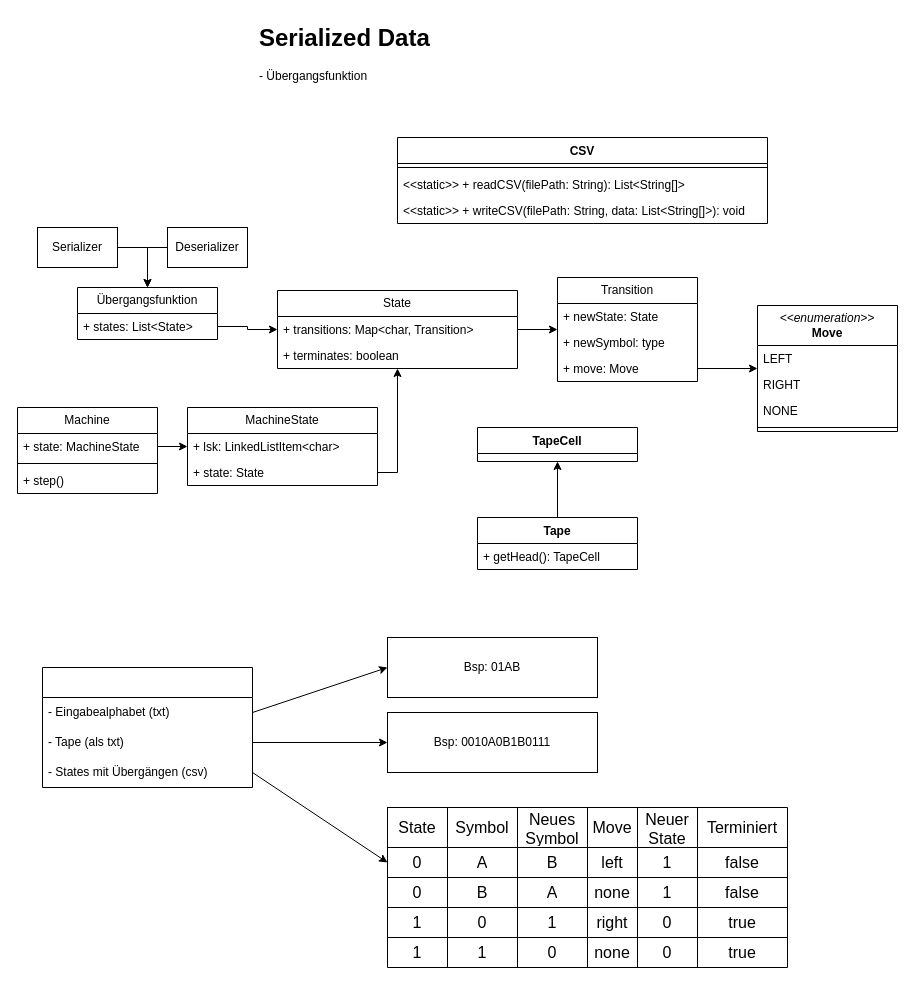
This is diagramm.drawio from Placeblock/turing-sim, a draw.io file, before an edit. Source tidied: cells renumbered, new cells numbered last; positions are measured from the earlier drawing's top-left corner, leaving out a move shared by most shapes. Both pictures are drawn from the tidied source at 100%, with x=0, y=0 at pixel (17, 17).
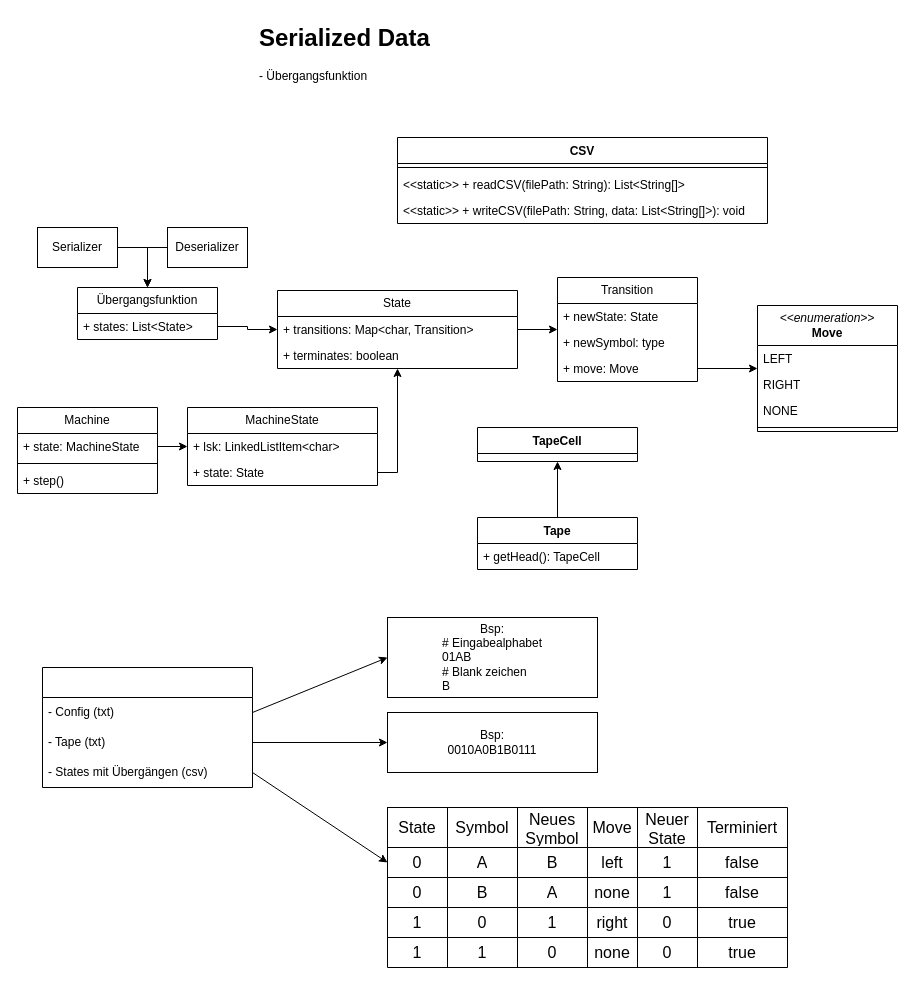
The same diagram, later.

Unchanged cells that the change refers to:
```xml
<mxCell id="42" value="&lt;span style=&quot;text-align: left;&quot;&gt;&lt;font style=&quot;color: light-dark(rgb(255, 255, 255), rgb(255, 255, 255));&quot;&gt;Was mus alles gespeichert werden?&lt;/font&gt;&lt;/span&gt;" style="swimlane;fontStyle=0;horizontal=1;startSize=30;whiteSpace=wrap;html=1;strokeColor=light-dark(#000000,#FFFFFF);" parent="1" vertex="1">
  <mxGeometry x="25" y="650" width="210" height="120" as="geometry" />
</mxCell>
```

Change to the diagram source:
```diff
@@
-    <mxCell id="41" value="&lt;div&gt;&lt;font style=&quot;color: light-dark(rgb(0, 0, 0), rgb(255, 255, 255));&quot;&gt;Bsp: 01AB&lt;/font&gt;&lt;/div&gt;" style="rounded=0;whiteSpace=wrap;html=1;" parent="1" vertex="1">
-      <mxGeometry x="370" y="620" width="210" height="60" as="geometry" />
+    <mxCell id="41" value="&lt;div&gt;&lt;font style=&quot;color: light-dark(rgb(0, 0, 0), rgb(255, 255, 255));&quot;&gt;Bsp:&lt;/font&gt;&lt;/div&gt;&lt;div style=&quot;text-align: left;&quot;&gt;&lt;font style=&quot;color: light-dark(rgb(0, 0, 0), rgb(255, 255, 255));&quot;&gt;# Eingabealphabet&lt;/font&gt;&lt;/div&gt;&lt;div style=&quot;text-align: left;&quot;&gt;&lt;font style=&quot;color: light-dark(rgb(0, 0, 0), rgb(255, 255, 255));&quot;&gt;01AB&lt;/font&gt;&lt;/div&gt;&lt;div style=&quot;text-align: left;&quot;&gt;&lt;font style=&quot;color: light-dark(rgb(0, 0, 0), rgb(255, 255, 255));&quot;&gt;# Blank zeichen&lt;/font&gt;&lt;/div&gt;&lt;div style=&quot;text-align: left;&quot;&gt;&lt;font style=&quot;color: light-dark(rgb(0, 0, 0), rgb(255, 255, 255));&quot;&gt;B&lt;/font&gt;&lt;/div&gt;" style="rounded=0;whiteSpace=wrap;html=1;" parent="1" vertex="1">
+      <mxGeometry x="370" y="600" width="210" height="80" as="geometry" />
     </mxCell>
@@
-    <mxCell id="43" value="&lt;span style=&quot;&quot;&gt;&lt;font style=&quot;color: light-dark(rgb(0, 0, 0), rgb(255, 255, 255));&quot;&gt;- Eingabealphabet (txt)&lt;/font&gt;&lt;/span&gt;" style="text;strokeColor=none;fillColor=none;align=left;verticalAlign=middle;spacingLeft=4;spacingRight=4;overflow=hidden;points=[[0,0.5],[1,0.5]];portConstraint=eastwest;whiteSpace=wrap;html=1;fontColor=light-dark(#000000,#FFFFFF);" parent="42" vertex="1">
+    <mxCell id="43" value="&lt;span style=&quot;&quot;&gt;&lt;font style=&quot;color: light-dark(rgb(0, 0, 0), rgb(255, 255, 255));&quot;&gt;- Config (txt)&lt;/font&gt;&lt;/span&gt;" style="text;strokeColor=none;fillColor=none;align=left;verticalAlign=middle;spacingLeft=4;spacingRight=4;overflow=hidden;points=[[0,0.5],[1,0.5]];portConstraint=eastwest;whiteSpace=wrap;html=1;fontColor=light-dark(#000000,#FFFFFF);" parent="42" vertex="1">
       <mxGeometry y="30" width="210" height="30" as="geometry" />
     </mxCell>
-    <mxCell id="44" value="&lt;span style=&quot;&quot;&gt;&lt;font style=&quot;color: light-dark(rgb(0, 0, 0), rgb(255, 255, 255));&quot;&gt;- Tape (als txt)&lt;/font&gt;&lt;/span&gt;" style="text;strokeColor=none;fillColor=none;align=left;verticalAlign=middle;spacingLeft=4;spacingRight=4;overflow=hidden;points=[[0,0.5],[1,0.5]];portConstraint=eastwest;whiteSpace=wrap;html=1;fontColor=light-dark(#000000,#FFFFFF);" parent="42" vertex="1">
+    <mxCell id="44" value="&lt;span style=&quot;&quot;&gt;&lt;font style=&quot;color: light-dark(rgb(0, 0, 0), rgb(255, 255, 255));&quot;&gt;- Tape (txt)&lt;/font&gt;&lt;/span&gt;" style="text;strokeColor=none;fillColor=none;align=left;verticalAlign=middle;spacingLeft=4;spacingRight=4;overflow=hidden;points=[[0,0.5],[1,0.5]];portConstraint=eastwest;whiteSpace=wrap;html=1;fontColor=light-dark(#000000,#FFFFFF);" parent="42" vertex="1">
       <mxGeometry y="60" width="210" height="30" as="geometry" />
     </mxCell>
@@
-    <mxCell id="47" value="&lt;div&gt;&lt;font style=&quot;color: light-dark(rgb(0, 0, 0), rgb(255, 255, 255));&quot;&gt;Bsp: 0010A0B1B0111&lt;/font&gt;&lt;/div&gt;" style="rounded=0;whiteSpace=wrap;html=1;" parent="1" vertex="1">
+    <mxCell id="47" value="&lt;div&gt;&lt;font style=&quot;color: light-dark(rgb(0, 0, 0), rgb(255, 255, 255));&quot;&gt;Bsp:&lt;/font&gt;&lt;/div&gt;&lt;div&gt;&lt;font style=&quot;color: light-dark(rgb(0, 0, 0), rgb(255, 255, 255));&quot;&gt;0010A0B1B0111&lt;/font&gt;&lt;/div&gt;" style="rounded=0;whiteSpace=wrap;html=1;" parent="1" vertex="1">
       <mxGeometry x="370" y="695" width="210" height="60" as="geometry" />
     </mxCell>
```
